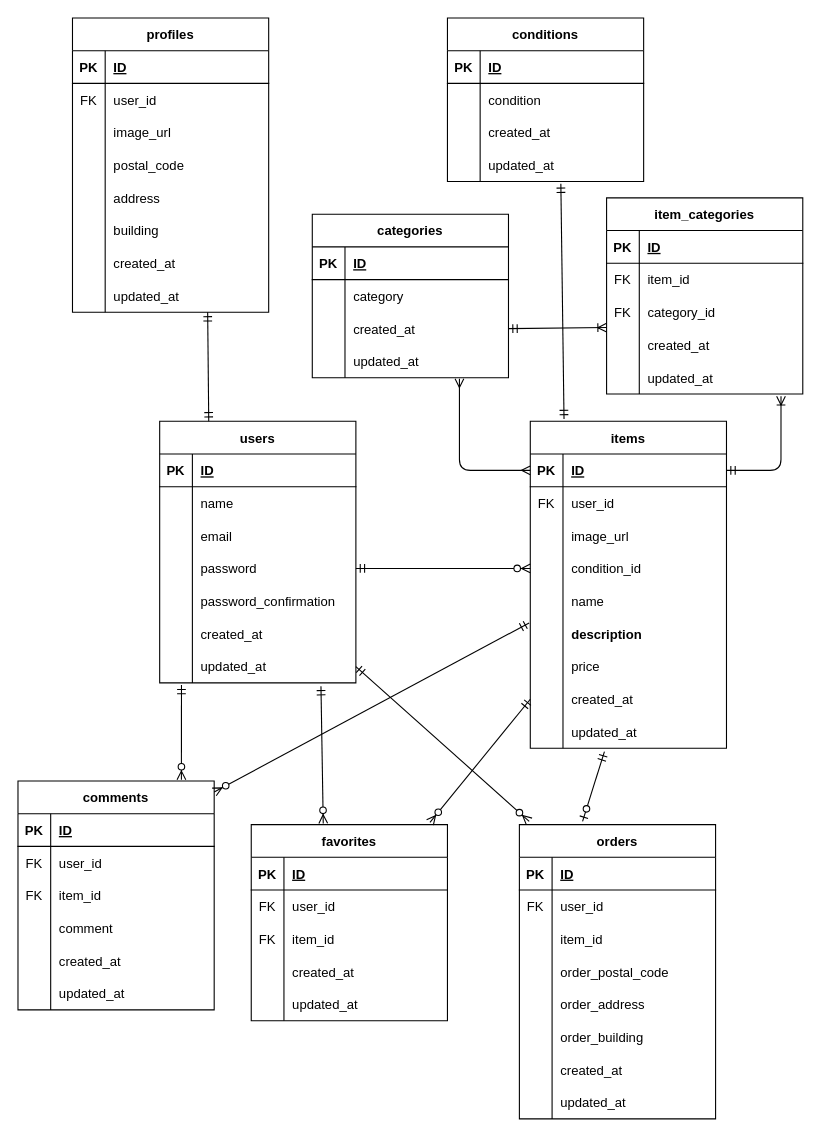
Above: diagram.drawio in butterfly-39/mock_project1_20250127 (draw.io), before the change. Source tidied: cells renumbered, new cells numbered last; positions are measured from the earlier drawing's top-left corner, leaving out a move shared by most shapes. Both pictures are drawn from the tidied source at 109%, with x=0, y=0 at pixel (17, 17).
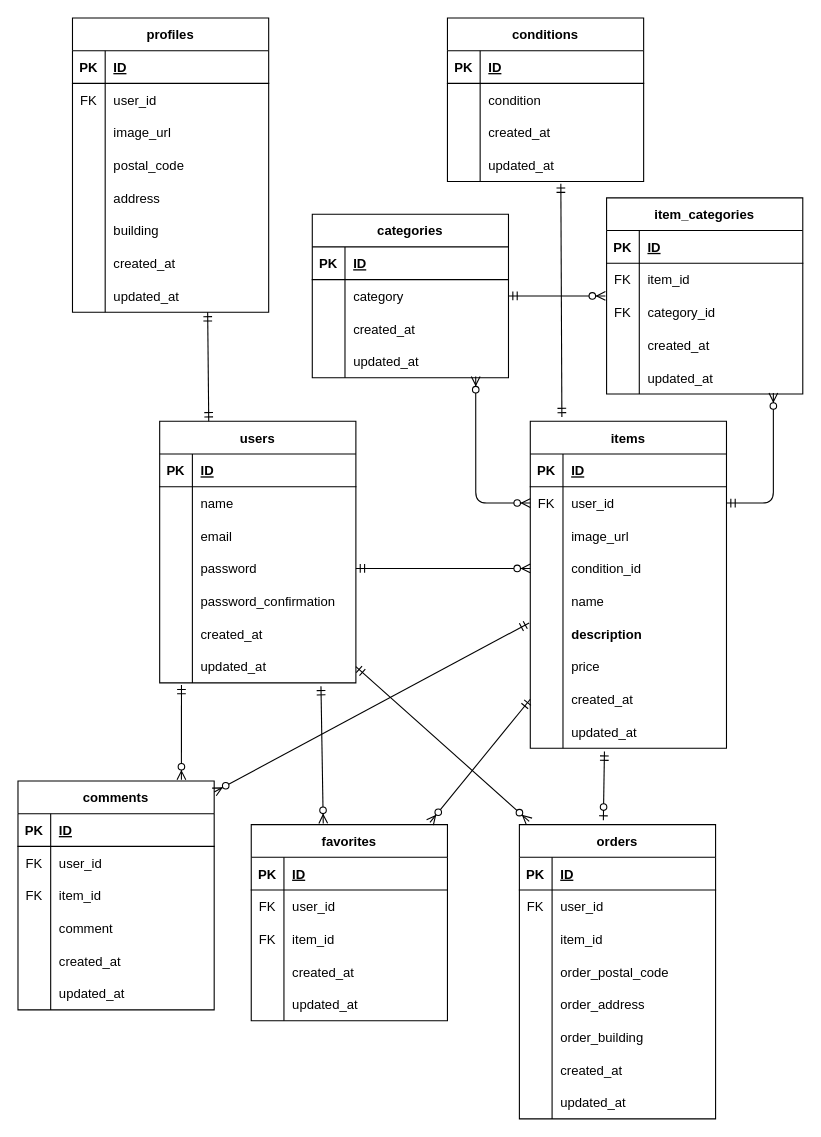
The same page after the edit.

The change refers to these unchanged cells:
```xml
<mxCell id="2" value="orders" style="shape=table;startSize=30;childLayout=tableLayout;rowLines=0;fontStyle=1;align=center;rounded=0;" parent="1" vertex="1">
  <mxGeometry x="460" y="740" width="180" height="270" as="geometry" />
</mxCell>
<mxCell id="62" value="items" style="shape=table;startSize=30;childLayout=tableLayout;rowLines=0;fontStyle=1;align=center;rounded=0;" parent="1" vertex="1">
  <mxGeometry x="470" y="370" width="180" height="300" as="geometry" />
</mxCell>
<mxCell id="63" style="shape=tableRow;horizontal=0;startSize=0;swimlaneHead=0;swimlaneBody=0;fillColor=none;points=[[0,0.5],[1,0.5]];portConstraint=eastwest;top=0;left=0;right=0;bottom=1;rounded=0;" parent="62" vertex="1">
  <mxGeometry y="30" width="180" height="30" as="geometry" />
</mxCell>
<mxCell id="66" style="shape=tableRow;horizontal=0;startSize=0;swimlaneHead=0;swimlaneBody=0;fillColor=none;points=[[0,0.5],[1,0.5]];portConstraint=eastwest;top=0;left=0;right=0;bottom=0;rounded=0;" parent="62" vertex="1">
  <mxGeometry y="60" width="180" height="30" as="geometry" />
</mxCell>
<mxCell id="87" style="shape=tableRow;horizontal=0;startSize=0;swimlaneHead=0;swimlaneBody=0;fillColor=none;points=[[0,0.5],[1,0.5]];portConstraint=eastwest;top=0;left=0;right=0;bottom=0;rounded=0;" parent="62" vertex="1">
  <mxGeometry y="270" width="180" height="30" as="geometry" />
</mxCell>
<mxCell id="100" style="shape=tableRow;horizontal=0;startSize=0;swimlaneHead=0;swimlaneBody=0;fillColor=none;points=[[0,0.5],[1,0.5]];portConstraint=eastwest;top=0;left=0;right=0;bottom=0;rounded=0;" parent="90" vertex="1">
  <mxGeometry y="120" width="180" height="30" as="geometry" />
</mxCell>
<mxCell id="107" style="shape=tableRow;horizontal=0;startSize=0;swimlaneHead=0;swimlaneBody=0;fillColor=none;points=[[0,0.5],[1,0.5]];portConstraint=eastwest;top=0;left=0;right=0;bottom=0;rounded=0;" parent="103" vertex="1">
  <mxGeometry y="60" width="180" height="30" as="geometry" />
</mxCell>
<mxCell id="110" style="shape=tableRow;horizontal=0;startSize=0;swimlaneHead=0;swimlaneBody=0;fillColor=none;points=[[0,0.5],[1,0.5]];portConstraint=eastwest;top=0;left=0;right=0;bottom=0;rounded=0;" parent="103" vertex="1">
  <mxGeometry y="90" width="180" height="30" as="geometry" />
</mxCell>
<mxCell id="113" style="shape=tableRow;horizontal=0;startSize=0;swimlaneHead=0;swimlaneBody=0;fillColor=none;points=[[0,0.5],[1,0.5]];portConstraint=eastwest;top=0;left=0;right=0;bottom=0;rounded=0;" parent="103" vertex="1">
  <mxGeometry y="120" width="180" height="30" as="geometry" />
</mxCell>
<mxCell id="170" style="shape=tableRow;horizontal=0;startSize=0;swimlaneHead=0;swimlaneBody=0;fillColor=none;points=[[0,0.5],[1,0.5]];portConstraint=eastwest;top=0;left=0;right=0;bottom=0;rounded=0;" parent="163" vertex="1">
  <mxGeometry y="90" width="180" height="30" as="geometry" />
</mxCell>
<mxCell id="176" style="shape=tableRow;horizontal=0;startSize=0;swimlaneHead=0;swimlaneBody=0;fillColor=none;points=[[0,0.5],[1,0.5]];portConstraint=eastwest;top=0;left=0;right=0;bottom=0;rounded=0;" parent="163" vertex="1">
  <mxGeometry y="150" width="180" height="30" as="geometry" />
</mxCell>
```

Change to the diagram source:
```diff
@@
-    <mxCell id="186" style="fontSize=12;html=1;endArrow=ERzeroToOne;startArrow=ERmandOne;entryX=0.322;entryY=-0.011;entryDx=0;entryDy=0;entryPerimeter=0;exitX=0.378;exitY=1.1;exitDx=0;exitDy=0;exitPerimeter=0;" parent="1" edge="1" source="87" target="2">
+    <mxCell id="186" style="fontSize=12;html=1;endArrow=ERzeroToOne;startArrow=ERmandOne;entryX=0.428;entryY=-0.015;entryDx=0;entryDy=0;entryPerimeter=0;exitX=0.378;exitY=1.1;exitDx=0;exitDy=0;exitPerimeter=0;" parent="1" edge="1" source="87" target="2">
       <mxGeometry relative="1" as="geometry" />
     </mxCell>
-    <mxCell id="187" style="fontSize=12;html=1;endArrow=ERmandOne;startArrow=ERmandOne;exitX=0.172;exitY=-0.007;exitDx=0;exitDy=0;exitPerimeter=0;entryX=0.578;entryY=1.067;entryDx=0;entryDy=0;entryPerimeter=0;" parent="1" edge="1" source="62" target="100">
+    <mxCell id="187" style="fontSize=12;html=1;endArrow=ERmandOne;startArrow=ERmandOne;entryX=0.578;entryY=1.067;entryDx=0;entryDy=0;entryPerimeter=0;exitX=0.161;exitY=-0.013;exitDx=0;exitDy=0;exitPerimeter=0;" parent="1" edge="1" source="62" target="100">
       <mxGeometry relative="1" as="geometry" />
     </mxCell>
-    <mxCell id="188" style="fontSize=12;html=1;endArrow=ERoneToMany;startArrow=ERmandOne;exitX=1;exitY=0.5;exitDx=0;exitDy=0;entryX=0.889;entryY=1.067;entryDx=0;entryDy=0;entryPerimeter=0;" parent="1" edge="1" source="63" target="176">
-      <mxGeometry relative="1" as="geometry">
-        <Array as="points">
-          <mxPoint x="700" y="415" />
-        </Array>
-      </mxGeometry>
-    </mxCell>
-    <mxCell id="189" style="fontSize=12;html=1;endArrow=ERoneToMany;startArrow=ERmandOne;exitX=1;exitY=0.5;exitDx=0;exitDy=0;entryX=0;entryY=0.967;entryDx=0;entryDy=0;entryPerimeter=0;" parent="1" edge="1" source="110" target="170">
-      <mxGeometry relative="1" as="geometry" />
-    </mxCell>
-    <mxCell id="190" style="fontSize=12;html=1;endArrow=ERmany;startArrow=ERmany;entryX=0;entryY=0.5;entryDx=0;entryDy=0;exitX=0.75;exitY=1.033;exitDx=0;exitDy=0;exitPerimeter=0;" parent="1" edge="1" source="113" target="63">
-      <mxGeometry relative="1" as="geometry">
-        <Array as="points">
-          <mxPoint x="405" y="415" />
-        </Array>
-      </mxGeometry>
-    </mxCell>
+    <mxCell id="191" style="fontSize=12;html=1;endArrow=ERzeroToMany;endFill=1;startArrow=ERzeroToMany;exitX=0;exitY=0.5;exitDx=0;exitDy=0;entryX=0.833;entryY=0.967;entryDx=0;entryDy=0;entryPerimeter=0;" parent="1" edge="1" source="66" target="113">
+      <mxGeometry relative="1" as="geometry">
+        <Array as="points">
+          <mxPoint x="420" y="445" />
+        </Array>
+      </mxGeometry>
+    </mxCell>
+    <mxCell id="192" style="fontSize=12;html=1;endArrow=ERzeroToMany;startArrow=ERmandOne;exitX=1;exitY=0.5;exitDx=0;exitDy=0;entryX=0.85;entryY=0.967;entryDx=0;entryDy=0;entryPerimeter=0;" parent="1" edge="1" source="66" target="176">
+      <mxGeometry relative="1" as="geometry">
+        <Array as="points">
+          <mxPoint x="693" y="445" />
+        </Array>
+      </mxGeometry>
+    </mxCell>
+    <mxCell id="193" style="fontSize=12;html=1;endArrow=ERzeroToMany;startArrow=ERmandOne;exitX=1;exitY=0.5;exitDx=0;exitDy=0;entryX=-0.006;entryY=0;entryDx=0;entryDy=0;entryPerimeter=0;" parent="1" edge="1" source="107" target="170">
+      <mxGeometry relative="1" as="geometry" />
+    </mxCell>
```
